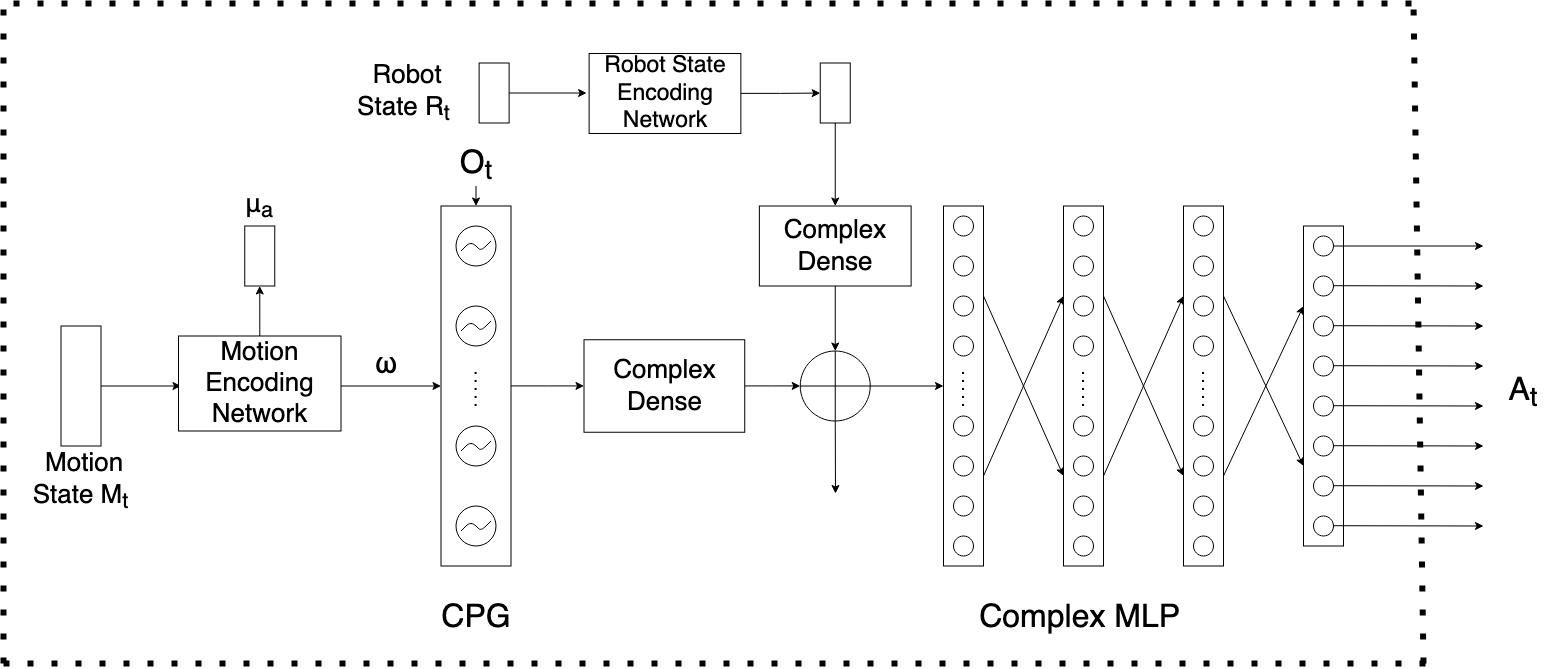
shandilya1998/CPGController keeps this draw.io diagram as images/actor_t.png. Above is the earlier version. Source tidied: cells renumbered, new cells last; positions are measured from the earlier drawing's top-left corner, leaving out a move shared by most shapes.
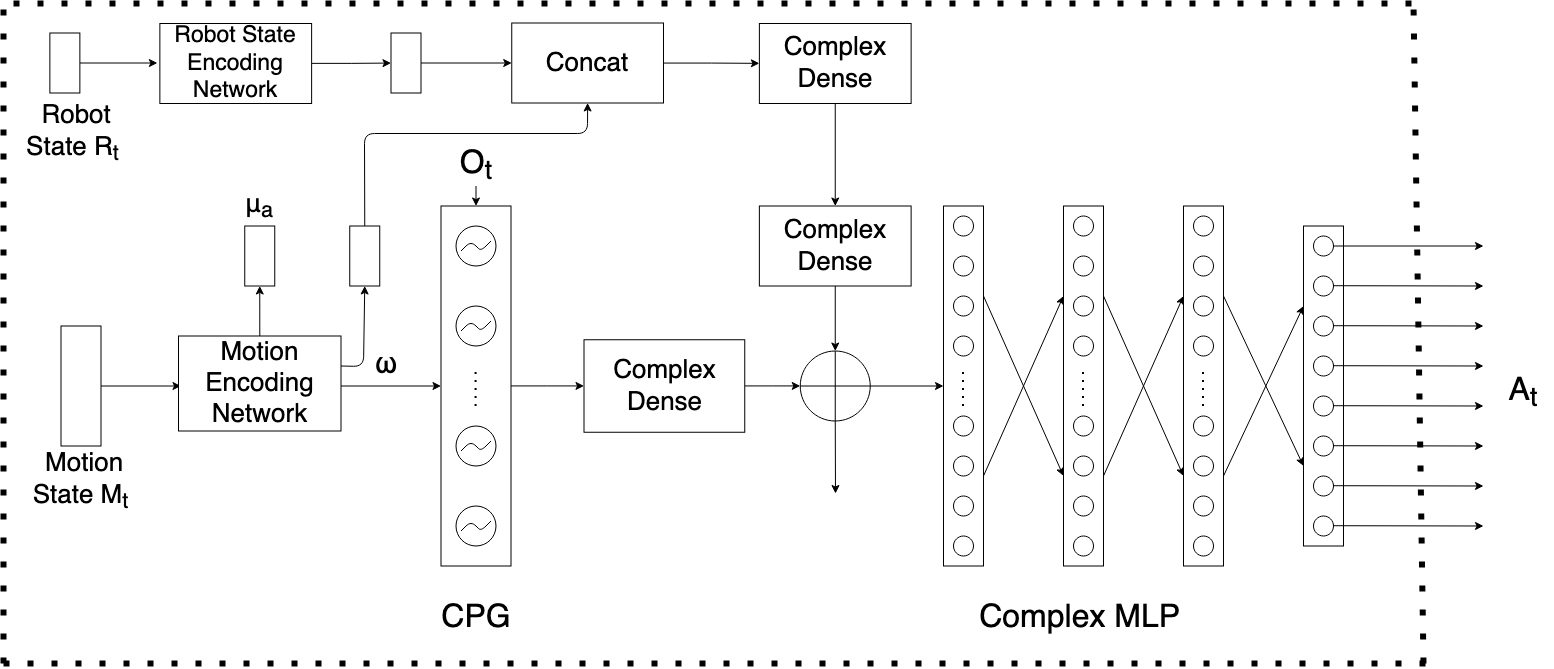
Above is the later version.

Change to the diagram source:
```diff
@@ -329,26 +329,26 @@
     </mxCell>
     <mxCell id="86" style="edgeStyle=orthogonalEdgeStyle;rounded=0;jettySize=auto;html=1;" parent="1" edge="1" source="87">
       <mxGeometry relative="1" as="geometry">
-        <mxPoint x="583.1" y="89.5" as="targetPoint" />
+        <mxPoint x="153.9" y="59.5" as="targetPoint" />
       </mxGeometry>
     </mxCell>
     <mxCell id="87" style="rounded=0;whiteSpace=wrap;html=1;" parent="1" vertex="1">
-      <mxGeometry x="475.6" y="59.5" width="30" height="60" as="geometry" />
+      <mxGeometry x="46.4" y="29.5" width="30" height="60" as="geometry" />
     </mxCell>
     <mxCell id="88" value="&lt;font style=&quot;font-size: 26px&quot;&gt;&amp;nbsp;Robot &lt;font style=&quot;font-size: 26px&quot;&gt;State&lt;/font&gt;&lt;font style=&quot;font-size: 26px&quot;&gt; R&lt;sub&gt;t&lt;/sub&gt;&lt;br&gt;&lt;/font&gt;&lt;/font&gt;" style="text;html=1;strokeColor=none;fillColor=none;align=center;verticalAlign=middle;whiteSpace=wrap;rounded=0;" parent="1" vertex="1">
-      <mxGeometry x="330" y="60.5" width="141.2" height="59" as="geometry" />
+      <mxGeometry x="-1.2" y="100" width="141.2" height="59" as="geometry" />
     </mxCell>
     <mxCell id="89" style="edgeStyle=orthogonalEdgeStyle;rounded=0;jettySize=auto;html=1;" parent="1" edge="1" source="90" target="92">
       <mxGeometry relative="1" as="geometry" />
     </mxCell>
     <mxCell id="90" value="&lt;font style=&quot;font-size: 23px&quot;&gt;Robot State Encoding Network&lt;/font&gt;" style="whiteSpace=wrap;html=1;rounded=0;" parent="1" vertex="1">
-      <mxGeometry x="585.6" y="50" width="151.8" height="80" as="geometry" />
+      <mxGeometry x="156.4" y="20" width="151.8" height="80" as="geometry" />
     </mxCell>
-    <mxCell id="91" style="edgeStyle=orthogonalEdgeStyle;rounded=0;jettySize=auto;html=1;" parent="1" edge="1" source="92" target="82">
+    <mxCell id="91" style="edgeStyle=orthogonalEdgeStyle;rounded=0;jettySize=auto;html=1;" parent="1" edge="1" source="92" target="101">
       <mxGeometry relative="1" as="geometry" />
     </mxCell>
     <mxCell id="92" style="rounded=0;whiteSpace=wrap;html=1;" parent="1" vertex="1">
-      <mxGeometry x="816.8" y="59.5" width="30" height="60" as="geometry" />
+      <mxGeometry x="387.5" y="29.5" width="30" height="60" as="geometry" />
     </mxCell>
     <mxCell id="93" style="endArrow=classic;html=1;exitX=0.5;exitY=1;exitDx=0;exitDy=0;exitPerimeter=0;" parent="1" edge="1" source="80">
       <mxGeometry relative="1" as="geometry">
@@ -379,5 +379,35 @@
         <mxPoint x="1410" as="targetPoint" />
       </mxGeometry>
     </mxCell>
+    <mxCell id="98" style="edgeStyle=orthogonalEdgeStyle;rounded=0;jettySize=auto;html=1;" parent="1" edge="1" source="99" target="82">
+      <mxGeometry relative="1" as="geometry" />
+    </mxCell>
+    <mxCell id="99" value="&lt;font style=&quot;font-size: 26px&quot;&gt;Complex Dense&lt;/font&gt;" style="whiteSpace=wrap;html=1;rounded=0;" parent="1" vertex="1">
+      <mxGeometry x="755.9" y="20" width="151.8" height="80" as="geometry" />
+    </mxCell>
+    <mxCell id="100" style="edgeStyle=orthogonalEdgeStyle;rounded=0;jettySize=auto;html=1;" parent="1" edge="1" source="101" target="99">
+      <mxGeometry relative="1" as="geometry" />
+    </mxCell>
+    <mxCell id="101" value="&lt;font style=&quot;font-size: 26px&quot;&gt;Concat&lt;/font&gt;" style="whiteSpace=wrap;html=1;rounded=0;" parent="1" vertex="1">
+      <mxGeometry x="508.2" y="19.5" width="151.8" height="80" as="geometry" />
+    </mxCell>
+    <mxCell id="102" style="rounded=0;whiteSpace=wrap;html=1;" parent="1" vertex="1">
+      <mxGeometry x="346.2" y="222.5" width="30" height="60" as="geometry" />
+    </mxCell>
+    <mxCell id="103" style="endArrow=classic;html=1;exitX=0;exitY=0.5;exitDx=0;exitDy=0;entryX=0.5;entryY=1;entryDx=0;entryDy=0;" parent="1" edge="1" source="71" target="102">
+      <mxGeometry relative="1" as="geometry">
+        <Array as="points">
+          <mxPoint x="360" y="363" />
+        </Array>
+      </mxGeometry>
+    </mxCell>
+    <mxCell id="104" style="endArrow=classic;html=1;exitX=0.5;exitY=0;exitDx=0;exitDy=0;entryX=0.5;entryY=1;entryDx=0;entryDy=0;" parent="1" edge="1" source="102" target="101">
+      <mxGeometry relative="1" as="geometry">
+        <Array as="points">
+          <mxPoint x="361" y="130" />
+          <mxPoint x="584" y="130" />
+        </Array>
+      </mxGeometry>
+    </mxCell>
   </root>
 </mxGraphModel>
```
